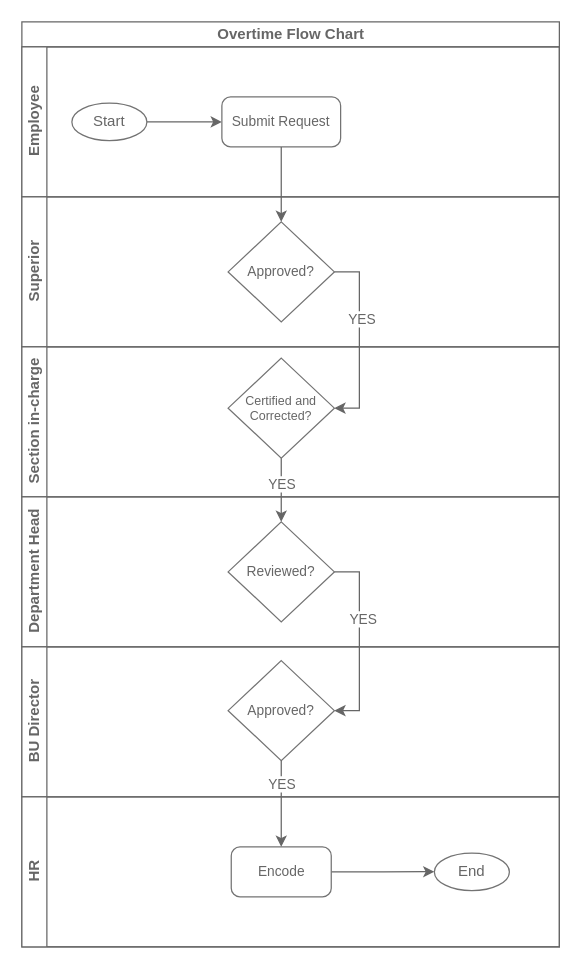
This is page "Overtime Flow Chart" (6 of 6) of Untitled Diagram.drawio from GmallSysdev/gmall.diagram, a draw.io file, before an edit. Source tidied: cells renumbered, new cells numbered last; positions are measured from the earlier drawing's top-left corner, leaving out a move shared by most shapes. Both pictures are drawn from the tidied source at 125%, with x=0, y=0 at pixel (21, 21).
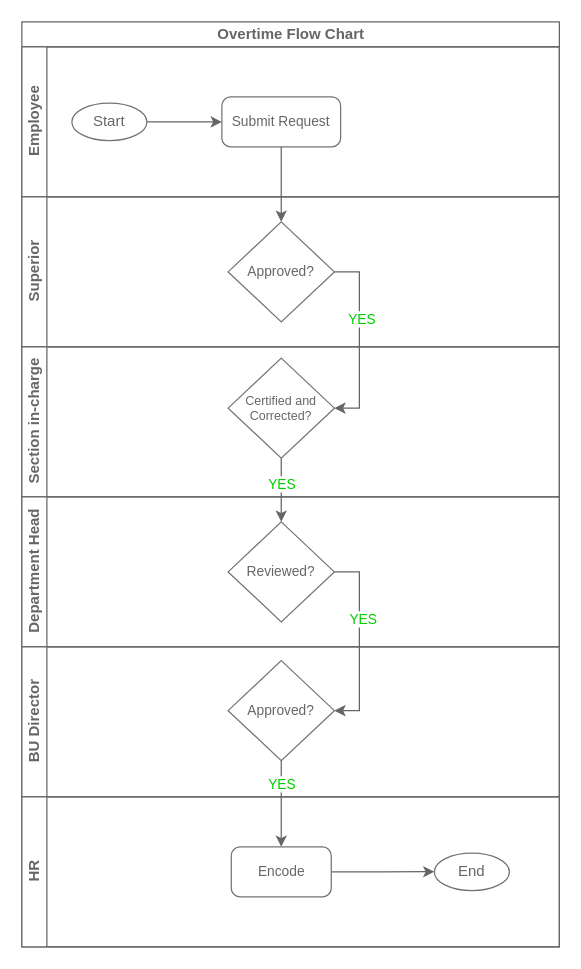
The same diagram, later.

Commit message:
changed color yes to green

The change refers to these unchanged cells:
```xml
<mxCell id="2" value="Overtime Flow Chart" style="swimlane;horizontal=1;startSize=20;html=1;fontColor=#666666;strokeColor=#666666;" parent="1" vertex="1">
  <mxGeometry width="430" height="740" as="geometry" />
</mxCell>
<mxCell id="10" value="&lt;font style=&quot;font-size: 10px;&quot;&gt;Certified and Corrected?&lt;/font&gt;" style="strokeWidth=1;html=1;shape=mxgraph.flowchart.decision;whiteSpace=wrap;strokeColor=#737373;fontColor=#666666;fontSize=10;" parent="9" vertex="1">
  <mxGeometry x="165" y="9" width="85" height="80" as="geometry" />
</mxCell>
<mxCell id="12" value="&lt;font style=&quot;font-size: 11px;&quot;&gt;Reviewed?&lt;/font&gt;" style="strokeWidth=1;html=1;shape=mxgraph.flowchart.decision;whiteSpace=wrap;strokeColor=#737373;fontColor=#666666;" parent="11" vertex="1">
  <mxGeometry x="165" y="20" width="85" height="80" as="geometry" />
</mxCell>
<mxCell id="14" value="&lt;font style=&quot;font-size: 11px;&quot;&gt;Approved?&lt;/font&gt;" style="strokeWidth=1;html=1;shape=mxgraph.flowchart.decision;whiteSpace=wrap;strokeColor=#737373;fontColor=#666666;" parent="13" vertex="1">
  <mxGeometry x="165" y="11" width="85" height="80" as="geometry" />
</mxCell>
<mxCell id="17" value="&lt;font style=&quot;font-size: 11px;&quot;&gt;Encode&lt;/font&gt;" style="rounded=1;whiteSpace=wrap;html=1;absoluteArcSize=1;arcSize=14;strokeWidth=1;strokeColor=#737373;fontColor=#666666;" parent="15" vertex="1">
  <mxGeometry x="167.5" y="40" width="80" height="40" as="geometry" />
</mxCell>
<mxCell id="20" style="edgeStyle=orthogonalEdgeStyle;rounded=0;jettySize=auto;html=1;exitX=1;exitY=0.5;exitDx=0;exitDy=0;exitPerimeter=0;entryX=1;entryY=0.5;entryDx=0;entryDy=0;entryPerimeter=0;strokeColor=#666666;fontColor=#666666;" parent="2" edge="1" source="8" target="10">
  <mxGeometry relative="1" as="geometry" />
</mxCell>
<mxCell id="23" style="edgeStyle=orthogonalEdgeStyle;rounded=0;jettySize=auto;html=1;exitX=1;exitY=0.5;exitDx=0;exitDy=0;exitPerimeter=0;entryX=1;entryY=0.5;entryDx=0;entryDy=0;entryPerimeter=0;strokeColor=#666666;fontColor=#666666;" parent="2" edge="1" source="12" target="14">
  <mxGeometry relative="1" as="geometry" />
</mxCell>
```

The edit, as a diff of the source:
```diff
@@
-    <mxCell id="21" value="YES" style="edgeLabel;html=1;align=center;verticalAlign=middle;fontColor=#666666;" parent="20" vertex="1">
+    <mxCell id="21" value="YES" style="edgeLabel;html=1;align=center;verticalAlign=middle;fontColor=#00CC00;" parent="20" vertex="1">
       <mxGeometry x="-0.23" y="1" relative="1" as="geometry" />
     </mxCell>
-    <mxCell id="22" value="YES" style="edgeStyle=orthogonalEdgeStyle;rounded=0;jettySize=auto;html=1;exitX=0.5;exitY=1;exitDx=0;exitDy=0;exitPerimeter=0;entryX=0.5;entryY=0;entryDx=0;entryDy=0;entryPerimeter=0;fontColor=#666666;strokeColor=#666666;" parent="2" edge="1" source="10" target="12">
+    <mxCell id="22" value="YES" style="edgeStyle=orthogonalEdgeStyle;rounded=0;jettySize=auto;html=1;exitX=0.5;exitY=1;exitDx=0;exitDy=0;exitPerimeter=0;entryX=0.5;entryY=0;entryDx=0;entryDy=0;entryPerimeter=0;fontColor=#00CC00;strokeColor=#666666;" parent="2" edge="1" source="10" target="12">
       <mxGeometry x="-0.18" relative="1" as="geometry" />
     </mxCell>
@@
-    <mxCell id="24" value="YES" style="edgeLabel;html=1;align=center;verticalAlign=middle;fontColor=#666666;" parent="23" vertex="1">
+    <mxCell id="24" value="YES" style="edgeLabel;html=1;align=center;verticalAlign=middle;fontColor=#00CC00;" parent="23" vertex="1">
       <mxGeometry x="-0.24" y="2" relative="1" as="geometry" />
     </mxCell>
-    <mxCell id="25" value="YES" style="edgeStyle=orthogonalEdgeStyle;rounded=0;jettySize=auto;html=1;exitX=0.5;exitY=1;exitDx=0;exitDy=0;exitPerimeter=0;entryX=0.5;entryY=0;entryDx=0;entryDy=0;fontColor=#666666;strokeColor=#666666;" parent="2" edge="1" source="14" target="17">
+    <mxCell id="25" value="YES" style="edgeStyle=orthogonalEdgeStyle;rounded=0;jettySize=auto;html=1;exitX=0.5;exitY=1;exitDx=0;exitDy=0;exitPerimeter=0;entryX=0.5;entryY=0;entryDx=0;entryDy=0;fontColor=#00CC00;strokeColor=#666666;" parent="2" edge="1" source="14" target="17">
       <mxGeometry x="-0.45" relative="1" as="geometry" />
     </mxCell>
```
